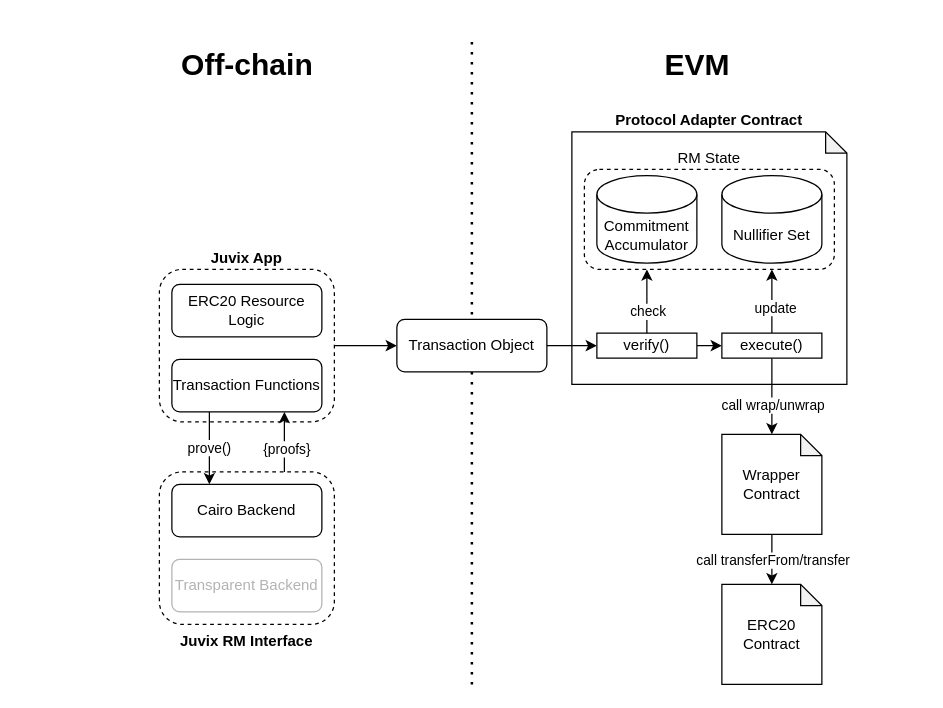
Above: page "PA" (1 of 2) of EVMProtocolAdapter.drawio in anoma/evm-protocol-adapter (draw.io), before the change. Source tidied: cells renumbered, new cells numbered last; positions are measured from the earlier drawing's top-left corner, leaving out a move shared by most shapes. Both pictures are drawn from the tidied source at 125%, with x=0, y=0 at pixel (159, 21).
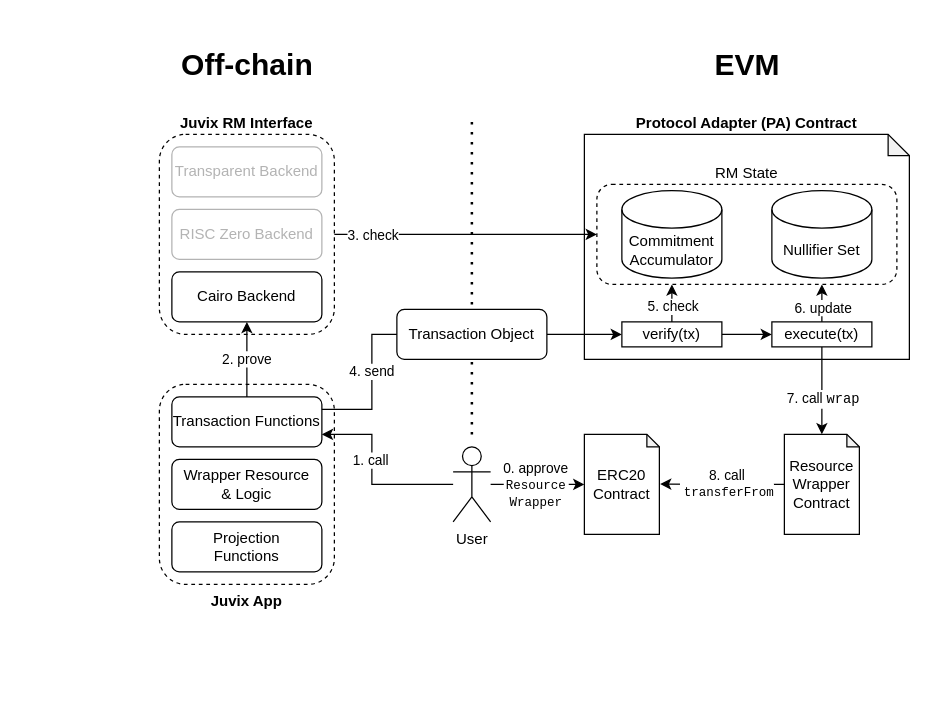
The same diagram, later.

The change refers to these unchanged cells:
```xml
<mxCell id="23" style="edgeStyle=orthogonalEdgeStyle;rounded=0;jettySize=auto;html=1;exitX=0.5;exitY=0;exitDx=0;exitDy=0;entryX=0.75;entryY=1;entryDx=0;entryDy=0;" parent="1" edge="1" source="26" target="31">
  <mxGeometry relative="1" as="geometry" />
</mxCell>
<mxCell id="28" style="edgeStyle=orthogonalEdgeStyle;rounded=0;jettySize=auto;html=1;entryX=0.25;entryY=1;entryDx=0;entryDy=0;exitX=0.5;exitY=0;exitDx=0;exitDy=0;" parent="1" edge="1" source="27" target="31">
  <mxGeometry relative="1" as="geometry" />
</mxCell>
```

The edit, as a diff of the source:
```diff
@@
+    <mxCell id="35" style="rounded=0;whiteSpace=wrap;html=1;strokeColor=none;fillColor=none;" parent="1" vertex="1">
+      <mxGeometry x="-110" y="10" width="720" height="480" as="geometry" />
+    </mxCell>
+    <mxCell id="13" value="&lt;b&gt;Juvix&amp;nbsp;&lt;/b&gt;&lt;b&gt;RM&lt;/b&gt;&lt;b&gt;&amp;nbsp;Interface&lt;/b&gt;" style="rounded=1;whiteSpace=wrap;html=1;dashed=1;labelPosition=center;verticalLabelPosition=top;align=center;verticalAlign=bottom;" parent="1" vertex="1">
+      <mxGeometry y="90" width="140" height="160" as="geometry" />
+    </mxCell>
+    <mxCell id="8" value="&lt;b&gt;Juvix App&lt;/b&gt;" style="rounded=1;whiteSpace=wrap;html=1;dashed=1;labelPosition=center;verticalLabelPosition=bottom;align=center;verticalAlign=top;" parent="1" vertex="1">
+      <mxGeometry y="290" width="140" height="160" as="geometry" />
+    </mxCell>
-    <mxCell id="2" value="&lt;b&gt;Protocol Adapter Contract&lt;/b&gt;" style="shape=note;whiteSpace=wrap;html=1;backgroundOutline=1;darkOpacity=0.05;size=17;labelPosition=center;verticalLabelPosition=top;align=center;verticalAlign=bottom;" parent="1" vertex="1">
-      <mxGeometry x="330" y="88" width="220" height="202" as="geometry" />
+    <mxCell id="2" value="&lt;b&gt;Protocol Adapter (PA) Contract&lt;/b&gt;" style="shape=note;whiteSpace=wrap;html=1;backgroundOutline=1;darkOpacity=0.05;size=17;labelPosition=center;verticalLabelPosition=top;align=center;verticalAlign=bottom;" parent="1" vertex="1">
+      <mxGeometry x="340" y="90" width="260" height="180" as="geometry" />
     </mxCell>
     <mxCell id="3" style="endArrow=none;dashed=1;html=1;dashPattern=1 3;strokeWidth=2;rounded=0;" parent="1" edge="1">
       <mxGeometry relative="1" as="geometry">
-        <mxPoint x="250" y="530" as="sourcePoint" />
-        <mxPoint x="250" y="10" as="targetPoint" />
+        <mxPoint x="250" y="330" as="sourcePoint" />
+        <mxPoint x="250" y="80" as="targetPoint" />
       </mxGeometry>
     </mxCell>
     <mxCell id="4" value="&lt;h1&gt;EVM&lt;/h1&gt;" style="text;html=1;align=center;verticalAlign=middle;strokeColor=none;fillColor=none;" parent="1" vertex="1">
-      <mxGeometry x="390" width="80" height="70" as="geometry" />
+      <mxGeometry x="430" width="80" height="70" as="geometry" />
     </mxCell>
@@
-    <mxCell id="6" value="Wrapper&lt;br&gt;Contract" style="shape=note;whiteSpace=wrap;html=1;backgroundOutline=1;darkOpacity=0.05;size=17;" parent="1" vertex="1">
-      <mxGeometry x="450" y="330" width="80" height="80" as="geometry" />
-    </mxCell>
-    <mxCell id="7" style="edgeStyle=orthogonalEdgeStyle;rounded=0;jettySize=auto;html=1;exitX=1;exitY=0.5;exitDx=0;exitDy=0;entryX=0;entryY=0.5;entryDx=0;entryDy=0;" parent="1" edge="1" source="8" target="15">
-      <mxGeometry relative="1" as="geometry" />
-    </mxCell>
-    <mxCell id="8" value="&lt;b&gt;Juvix App&lt;/b&gt;" style="rounded=1;whiteSpace=wrap;html=1;dashed=1;labelPosition=center;verticalLabelPosition=top;align=center;verticalAlign=bottom;" parent="1" vertex="1">
-      <mxGeometry y="198" width="140" height="122" as="geometry" />
-    </mxCell>
-    <mxCell id="9" value="ERC20 Resource Logic" style="rounded=1;whiteSpace=wrap;html=1;" parent="1" vertex="1">
-      <mxGeometry x="10" y="210" width="120" height="42" as="geometry" />
-    </mxCell>
-    <mxCell id="10" value="&lt;div&gt;&lt;span style=&quot;background-color: transparent; color: light-dark(rgb(0, 0, 0), rgb(255, 255, 255));&quot;&gt;Transaction Functions&lt;/span&gt;&lt;br&gt;&lt;/div&gt;" style="rounded=1;whiteSpace=wrap;html=1;" parent="1" vertex="1">
-      <mxGeometry x="10" y="270" width="120" height="42" as="geometry" />
-    </mxCell>
-    <mxCell id="11" style="edgeStyle=orthogonalEdgeStyle;rounded=0;jettySize=auto;html=1;exitX=0.75;exitY=0;exitDx=0;exitDy=0;entryX=0.75;entryY=1;entryDx=0;entryDy=0;" parent="1" edge="1" source="14" target="10">
-      <mxGeometry relative="1" as="geometry" />
-    </mxCell>
-    <mxCell id="12" value="{proofs}" style="edgeLabel;html=1;align=center;verticalAlign=middle;" parent="11" vertex="1">
-      <mxGeometry y="-1" relative="1" as="geometry" />
-    </mxCell>
-    <mxCell id="13" value="&lt;b&gt;Juvix&amp;nbsp;&lt;/b&gt;&lt;b&gt;RM&lt;/b&gt;&lt;b&gt;&amp;nbsp;Interface&lt;/b&gt;" style="rounded=1;whiteSpace=wrap;html=1;dashed=1;labelPosition=center;verticalLabelPosition=bottom;align=center;verticalAlign=top;" parent="1" vertex="1">
-      <mxGeometry y="360" width="140" height="122" as="geometry" />
-    </mxCell>
     <mxCell id="14" value="Cairo Backend" style="rounded=1;whiteSpace=wrap;html=1;" parent="1" vertex="1">
-      <mxGeometry x="10" y="370" width="120" height="42" as="geometry" />
+      <mxGeometry x="10" y="200" width="120" height="40" as="geometry" />
     </mxCell>
-    <mxCell id="15" value="Transaction Object" style="rounded=1;whiteSpace=wrap;html=1;" parent="1" vertex="1">
-      <mxGeometry x="190" y="238" width="120" height="42" as="geometry" />
-    </mxCell>
     <mxCell id="16" value="Transparent Backend" style="rounded=1;whiteSpace=wrap;html=1;fontColor=#B3B3B3;strokeColor=#B3B3B3;" parent="1" vertex="1">
-      <mxGeometry x="10" y="430" width="120" height="42" as="geometry" />
+      <mxGeometry x="10" y="100" width="120" height="40" as="geometry" />
     </mxCell>
@@
-    <mxCell id="18" value="ERC20&lt;br&gt;Contract" style="shape=note;whiteSpace=wrap;html=1;backgroundOutline=1;darkOpacity=0.05;size=17;" parent="1" vertex="1">
-      <mxGeometry x="450" y="450" width="80" height="80" as="geometry" />
+    <mxCell id="18" value="ERC20&lt;br&gt;Contract" style="shape=note;whiteSpace=wrap;html=1;backgroundOutline=1;darkOpacity=0.05;size=10;" parent="1" vertex="1">
+      <mxGeometry x="340" y="330" width="60" height="80" as="geometry" />
     </mxCell>
-    <mxCell id="19" style="edgeStyle=orthogonalEdgeStyle;rounded=0;jettySize=auto;html=1;exitX=0.5;exitY=1;exitDx=0;exitDy=0;entryX=0.5;entryY=0;entryDx=0;entryDy=0;entryPerimeter=0;" parent="1" edge="1" source="26" target="6">
+    <mxCell id="19" style="edgeStyle=orthogonalEdgeStyle;rounded=0;jettySize=auto;html=1;exitX=0.5;exitY=1;exitDx=0;exitDy=0;entryX=0.5;entryY=0;entryDx=0;entryDy=0;entryPerimeter=0;" parent="1" edge="1" source="26" target="42">
       <mxGeometry relative="1" as="geometry" />
     </mxCell>
-    <mxCell id="20" value="call wrap/unwrap" style="edgeLabel;html=1;align=center;verticalAlign=middle;" parent="19" vertex="1">
+    <mxCell id="20" value="7. call&amp;nbsp;&lt;font face=&quot;Courier New&quot;&gt;wrap&lt;/font&gt;" style="edgeLabel;html=1;align=center;verticalAlign=middle;" parent="19" vertex="1">
       <mxGeometry x="0.1" y="2" relative="1" as="geometry">
-        <mxPoint x="-2" y="3" as="offset" />
+        <mxPoint x="-2" y="2" as="offset" />
       </mxGeometry>
     </mxCell>
-    <mxCell id="21" style="edgeStyle=orthogonalEdgeStyle;rounded=0;jettySize=auto;html=1;entryX=0.5;entryY=0;entryDx=0;entryDy=0;entryPerimeter=0;exitX=0.5;exitY=1;exitDx=0;exitDy=0;exitPerimeter=0;" parent="1" edge="1" source="6" target="18">
+    <mxCell id="21" style="edgeStyle=orthogonalEdgeStyle;rounded=0;jettySize=auto;html=1;entryX=1.01;entryY=0.497;entryDx=0;entryDy=0;entryPerimeter=0;exitX=0;exitY=0.5;exitDx=0;exitDy=0;exitPerimeter=0;" parent="1" edge="1" source="42" target="18">
       <mxGeometry relative="1" as="geometry" />
     </mxCell>
-    <mxCell id="22" value="call transferFrom/transfer" style="edgeLabel;html=1;align=center;verticalAlign=middle;" parent="21" vertex="1">
-      <mxGeometry x="-0.2" relative="1" as="geometry">
-        <mxPoint y="4" as="offset" />
-      </mxGeometry>
-    </mxCell>
+    <mxCell id="36" value="&lt;font&gt;8. call&lt;font style=&quot;&quot;&gt;&lt;span style=&quot;background-color: light-dark(#ffffff, var(--ge-dark-color, #121212)); color: light-dark(rgb(0, 0, 0), rgb(255, 255, 255));&quot;&gt;&lt;br&gt;&amp;nbsp;&lt;/span&gt;&lt;/font&gt;&lt;/font&gt;&lt;span style=&quot;background-color: light-dark(#ffffff, var(--ge-dark-color, #121212)); color: light-dark(rgb(0, 0, 0), rgb(255, 255, 255));&quot;&gt;&lt;font style=&quot;font-size: 10px;&quot; face=&quot;Courier New&quot;&gt;transferFrom&lt;/font&gt;&lt;/span&gt;" style="edgeLabel;html=1;align=center;verticalAlign=middle;" parent="21" vertex="1">
+      <mxGeometry x="0.13" y="1" relative="1" as="geometry">
+        <mxPoint x="9" y="-1" as="offset" />
+      </mxGeometry>
+    </mxCell>
@@
-    <mxCell id="24" value="update" style="edgeLabel;html=1;align=center;verticalAlign=middle;" parent="23" vertex="1">
-      <mxGeometry x="-0.18" y="-2" relative="1" as="geometry" />
+    <mxCell id="24" value="6. update" style="edgeLabel;html=1;align=center;verticalAlign=middle;" parent="23" vertex="1">
+      <mxGeometry x="-0.18" y="-2" relative="1" as="geometry">
+        <mxPoint x="-2" as="offset" />
+      </mxGeometry>
     </mxCell>
@@
-    <mxCell id="26" value="execute()" style="rounded=0;whiteSpace=wrap;html=1;" parent="1" vertex="1">
-      <mxGeometry x="450" y="249" width="80" height="20" as="geometry" />
+    <mxCell id="26" value="execute(tx)" style="rounded=0;whiteSpace=wrap;html=1;" parent="1" vertex="1">
+      <mxGeometry x="490" y="240" width="80" height="20" as="geometry" />
     </mxCell>
-    <mxCell id="27" value="verify()" style="rounded=0;whiteSpace=wrap;html=1;" parent="1" vertex="1">
-      <mxGeometry x="350" y="249" width="80" height="20" as="geometry" />
+    <mxCell id="27" value="verify(tx)" style="rounded=0;whiteSpace=wrap;html=1;" parent="1" vertex="1">
+      <mxGeometry x="370" y="240" width="80" height="20" as="geometry" />
     </mxCell>
@@
-    <mxCell id="29" value="check" style="edgeLabel;html=1;align=center;verticalAlign=middle;" parent="28" vertex="1">
+    <mxCell id="29" value="5. check" style="edgeLabel;html=1;align=center;verticalAlign=middle;" parent="28" vertex="1">
       <mxGeometry x="-0.27" y="1" relative="1" as="geometry">
-        <mxPoint x="1" y="1" as="offset" />
+        <mxPoint x="1" y="-2" as="offset" />
       </mxGeometry>
     </mxCell>
     <mxCell id="30" style="group;" parent="1" vertex="1">
-      <mxGeometry x="340" y="118" width="200" height="80" as="geometry" />
+      <mxGeometry x="350" y="130" width="240" height="80" as="geometry" />
     </mxCell>
     <mxCell id="31" value="RM State" style="rounded=1;whiteSpace=wrap;html=1;dashed=1;labelPosition=center;verticalLabelPosition=top;align=center;verticalAlign=bottom;" parent="30" vertex="1">
-      <mxGeometry width="200" height="80" as="geometry" />
+      <mxGeometry width="240" height="80" as="geometry" />
     </mxCell>
     <mxCell id="32" value="Nullifier Set" style="shape=cylinder3;whiteSpace=wrap;html=1;boundedLbl=1;backgroundOutline=1;size=15;" parent="30" vertex="1">
-      <mxGeometry x="110" y="5" width="80" height="70" as="geometry" />
+      <mxGeometry x="140" y="5" width="80" height="70" as="geometry" />
     </mxCell>
     <mxCell id="33" value="Commitment Accumulator" style="shape=cylinder3;whiteSpace=wrap;html=1;boundedLbl=1;backgroundOutline=1;size=15;" parent="30" vertex="1">
-      <mxGeometry x="10" y="5" width="80" height="70" as="geometry" />
+      <mxGeometry x="20" y="5" width="80" height="70" as="geometry" />
     </mxCell>
-    <mxCell id="34" value="prove()" style="edgeStyle=orthogonalEdgeStyle;rounded=0;jettySize=auto;html=1;exitX=0.25;exitY=1;exitDx=0;exitDy=0;entryX=0.25;entryY=0;entryDx=0;entryDy=0;" parent="1" edge="1" source="10" target="14">
+    <mxCell id="34" value="2. prove" style="edgeStyle=orthogonalEdgeStyle;rounded=0;jettySize=auto;html=1;exitX=0.5;exitY=0;exitDx=0;exitDy=0;entryX=0.5;entryY=1;entryDx=0;entryDy=0;" parent="1" edge="1" source="10" target="14">
       <mxGeometry relative="1" as="geometry" />
     </mxCell>
+    <mxCell id="9" value="Wrapper Resource&lt;br&gt;&amp;amp; Logic" style="rounded=1;whiteSpace=wrap;html=1;" parent="1" vertex="1">
+      <mxGeometry x="10" y="350" width="120" height="40" as="geometry" />
+    </mxCell>
+    <mxCell id="10" value="&lt;div&gt;&lt;span style=&quot;background-color: transparent; color: light-dark(rgb(0, 0, 0), rgb(255, 255, 255));&quot;&gt;Transaction Functions&lt;/span&gt;&lt;br&gt;&lt;/div&gt;" style="rounded=1;whiteSpace=wrap;html=1;" parent="1" vertex="1">
+      <mxGeometry x="10" y="300" width="120" height="40" as="geometry" />
+    </mxCell>
+    <mxCell id="37" value="User" style="shape=umlActor;verticalLabelPosition=bottom;verticalAlign=top;html=1;outlineConnect=0;" parent="1" vertex="1">
+      <mxGeometry x="235" y="340" width="30" height="60" as="geometry" />
+    </mxCell>
+    <mxCell id="38" style="edgeStyle=orthogonalEdgeStyle;rounded=0;jettySize=auto;html=1;entryX=0;entryY=0.5;entryDx=0;entryDy=0;jumpStyle=none;exitX=1;exitY=0.5;exitDx=0;exitDy=0;" parent="1" edge="1" source="13" target="31">
+      <mxGeometry relative="1" as="geometry">
+        <Array as="points">
+          <mxPoint x="140" y="170" />
+        </Array>
+      </mxGeometry>
+    </mxCell>
+    <mxCell id="39" value="3. check" style="edgeLabel;html=1;align=center;verticalAlign=middle;" parent="38" vertex="1">
+      <mxGeometry x="0.16" relative="1" as="geometry">
+        <mxPoint x="-92" as="offset" />
+      </mxGeometry>
+    </mxCell>
+    <mxCell id="15" value="Transaction Object" style="rounded=1;whiteSpace=wrap;html=1;" parent="1" vertex="1">
+      <mxGeometry x="190" y="230" width="120" height="40" as="geometry" />
+    </mxCell>
+    <mxCell id="40" style="edgeStyle=orthogonalEdgeStyle;rounded=0;jettySize=auto;html=1;entryX=1;entryY=0.75;entryDx=0;entryDy=0;" parent="1" edge="1" source="37" target="10">
+      <mxGeometry relative="1" as="geometry">
+        <Array as="points">
+          <mxPoint x="170" y="370" />
+          <mxPoint x="170" y="330" />
+        </Array>
+      </mxGeometry>
+    </mxCell>
+    <mxCell id="41" value="1. call" style="edgeLabel;html=1;align=center;verticalAlign=middle;" parent="40" vertex="1">
+      <mxGeometry x="-0.13" y="2" relative="1" as="geometry">
+        <mxPoint x="-4" y="-22" as="offset" />
+      </mxGeometry>
+    </mxCell>
+    <mxCell id="42" value="Resource&lt;br&gt;Wrapper&lt;br&gt;Contract" style="shape=note;whiteSpace=wrap;html=1;backgroundOutline=1;darkOpacity=0.05;size=10;" parent="1" vertex="1">
+      <mxGeometry x="500" y="330" width="60" height="80" as="geometry" />
+    </mxCell>
+    <mxCell id="43" value="Projection&lt;br&gt;Functions" style="rounded=1;whiteSpace=wrap;html=1;" parent="1" vertex="1">
+      <mxGeometry x="10" y="400" width="120" height="40" as="geometry" />
+    </mxCell>
+    <mxCell id="44" value="RISC Zero Backend" style="rounded=1;whiteSpace=wrap;html=1;fontColor=#B3B3B3;strokeColor=#B3B3B3;" parent="1" vertex="1">
+      <mxGeometry x="10" y="150" width="120" height="40" as="geometry" />
+    </mxCell>
+    <mxCell id="45" style="edgeStyle=orthogonalEdgeStyle;rounded=0;jettySize=auto;html=1;entryX=0;entryY=0.5;entryDx=0;entryDy=0;entryPerimeter=0;" parent="1" edge="1" source="37" target="18">
+      <mxGeometry relative="1" as="geometry" />
+    </mxCell>
+    <mxCell id="46" value="0. approve&lt;br&gt;&lt;font style=&quot;font-size: 10px;&quot; face=&quot;Courier New&quot;&gt;Resource&lt;br&gt;Wrapper&lt;/font&gt;" style="edgeLabel;html=1;align=center;verticalAlign=middle;" parent="45" vertex="1">
+      <mxGeometry x="-0.21" relative="1" as="geometry">
+        <mxPoint x="5" as="offset" />
+      </mxGeometry>
+    </mxCell>
+    <mxCell id="47" style="endArrow=none;html=1;rounded=0;edgeStyle=orthogonalEdgeStyle;entryX=0;entryY=0.5;entryDx=0;entryDy=0;exitX=1;exitY=0.25;exitDx=0;exitDy=0;" parent="1" edge="1" source="10" target="15">
+      <mxGeometry relative="1" as="geometry">
+        <Array as="points">
+          <mxPoint x="170" y="310" />
+          <mxPoint x="170" y="250" />
+        </Array>
+      </mxGeometry>
+    </mxCell>
+    <mxCell id="48" value="4. send" style="edgeLabel;html=1;align=center;verticalAlign=middle;" parent="47" vertex="1">
+      <mxGeometry x="0.15" y="1" relative="1" as="geometry">
+        <mxPoint y="-2" as="offset" />
+      </mxGeometry>
+    </mxCell>
```
